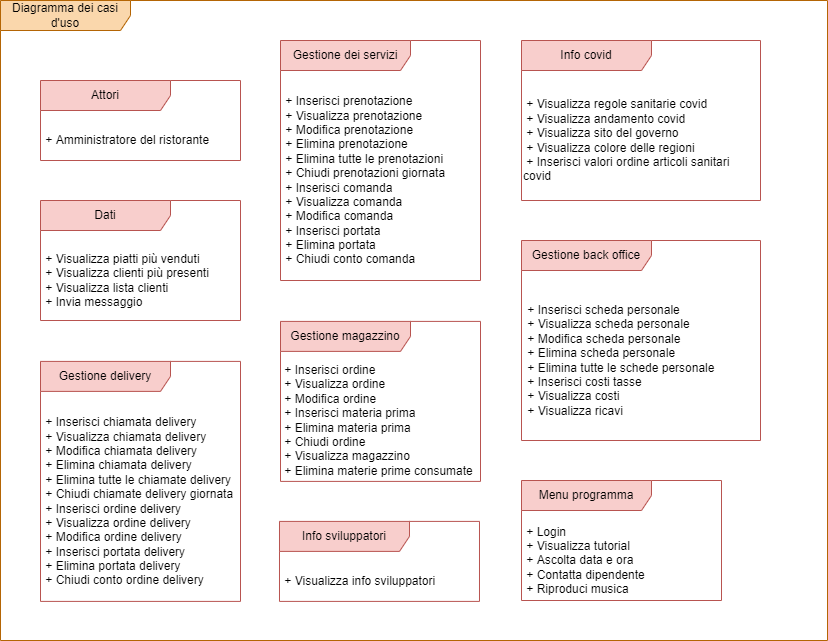
Before: Diagrammi dei casi d'uso/tutto.png, a diagram exported from draw.io (domenicolaporta00/RB-Management). Source tidied: cells renumbered, new cells last; positions are measured from the earlier drawing's top-left corner, leaving out a move shared by most shapes. Source of this version:
```xml
<mxGraphModel>
  <root>
    <mxCell id="0" />
    <mxCell id="1" parent="0" />
    <mxCell id="2" value="Diagramma dei casi d'uso" style="shape=umlFrame;whiteSpace=wrap;html=1;width=130;height=30;fillColor=#fad7ac;strokeColor=#b46504;" parent="1" vertex="1">
      <mxGeometry width="827" height="640" as="geometry" />
    </mxCell>
    <mxCell id="3" value="Gestione back office" style="shape=umlFrame;whiteSpace=wrap;html=1;width=130;height=30;fillColor=#f8cecc;strokeColor=#b85450;" parent="1" vertex="1">
      <mxGeometry x="521" y="240" width="239" height="200" as="geometry" />
    </mxCell>
    <mxCell id="4" value="Info covid" style="shape=umlFrame;whiteSpace=wrap;html=1;width=130;height=30;fillColor=#f8cecc;strokeColor=#b85450;" parent="1" vertex="1">
      <mxGeometry x="521" y="40" width="239" height="160" as="geometry" />
    </mxCell>
    <mxCell id="5" value="&lt;div&gt;&amp;nbsp;+ Visualizza regole sanitarie covid&lt;/div&gt;&lt;div&gt;&amp;nbsp;+ Visualizza andamento covid&lt;/div&gt;&lt;div&gt;&amp;nbsp;+ Visualizza sito del governo&lt;/div&gt;&lt;div&gt;&amp;nbsp;+ Visualizza colore delle regioni&lt;/div&gt;&lt;div&gt;&amp;nbsp;+ Inserisci valori ordine articoli sanitari covid&lt;/div&gt;" style="text;html=1;strokeColor=none;fillColor=none;align=left;verticalAlign=middle;whiteSpace=wrap;rounded=0;" parent="1" vertex="1">
      <mxGeometry x="521" y="80" width="239" height="120" as="geometry" />
    </mxCell>
    <mxCell id="6" value="Gestione magazzino" style="shape=umlFrame;whiteSpace=wrap;html=1;width=130;height=30;fillColor=#f8cecc;strokeColor=#b85450;" parent="1" vertex="1">
      <mxGeometry x="280" y="320.9" width="200" height="160" as="geometry" />
    </mxCell>
    <mxCell id="7" value="&lt;div&gt;&amp;nbsp;+ Inserisci scheda personale&lt;/div&gt;&lt;div&gt;&amp;nbsp;+ Visualizza scheda personale&lt;/div&gt;&lt;div&gt;&amp;nbsp;+ Modifica scheda personale&lt;br&gt;&lt;/div&gt;&lt;div&gt;&amp;nbsp;+ Elimina scheda personale&lt;/div&gt;&lt;div&gt;&amp;nbsp;+ Elimina tutte le schede personale&lt;/div&gt;&lt;div&gt;&amp;nbsp;+ Inserisci costi tasse&lt;/div&gt;&lt;div&gt;&amp;nbsp;+ Visualizza costi&lt;/div&gt;&lt;div&gt;&amp;nbsp;+ Visualizza ricavi&lt;br&gt;&lt;/div&gt;" style="text;html=1;strokeColor=none;fillColor=none;align=left;verticalAlign=middle;whiteSpace=wrap;rounded=0;" parent="1" vertex="1">
      <mxGeometry x="522" y="280" width="237" height="160" as="geometry" />
    </mxCell>
    <mxCell id="8" value="Info sviluppatori" style="shape=umlFrame;whiteSpace=wrap;html=1;width=130;height=30;fillColor=#f8cecc;strokeColor=#b85450;" parent="1" vertex="1">
      <mxGeometry x="279" y="520.9" width="200" height="80" as="geometry" />
    </mxCell>
    <mxCell id="9" value="&lt;div align=&quot;left&quot;&gt;&amp;nbsp;+ Visualizza info sviluppatori&lt;br&gt;&lt;/div&gt;" style="text;html=1;strokeColor=none;fillColor=none;align=left;verticalAlign=middle;whiteSpace=wrap;rounded=0;" parent="1" vertex="1">
      <mxGeometry x="279" y="560.9" width="190" height="40" as="geometry" />
    </mxCell>
    <mxCell id="10" value="Menu programma" style="shape=umlFrame;whiteSpace=wrap;html=1;width=130;height=30;fillColor=#f8cecc;strokeColor=#b85450;" parent="1" vertex="1">
      <mxGeometry x="521" y="480" width="200" height="120" as="geometry" />
    </mxCell>
    <mxCell id="11" value="&lt;div&gt;&amp;nbsp;+ Login&lt;br&gt;&lt;/div&gt;&lt;div&gt;&amp;nbsp;+ Visualizza tutorial&lt;br&gt;&lt;/div&gt;&lt;div&gt;&amp;nbsp;+ Ascolta data e ora&lt;br&gt;&lt;/div&gt;&amp;nbsp;+ Contatta dipendente&lt;br&gt;&amp;nbsp;+ Riproduci musica" style="text;html=1;strokeColor=none;fillColor=none;align=left;verticalAlign=middle;whiteSpace=wrap;rounded=0;" parent="1" vertex="1">
      <mxGeometry x="521" y="520" width="199" height="80" as="geometry" />
    </mxCell>
    <mxCell id="12" value="Gestione dei servizi" style="shape=umlFrame;whiteSpace=wrap;html=1;width=130;height=30;fillColor=#f8cecc;strokeColor=#b85450;" parent="1" vertex="1">
      <mxGeometry x="280" y="40" width="200" height="240" as="geometry" />
    </mxCell>
    <mxCell id="13" value="&lt;div&gt;&amp;nbsp;+ Inserisci prenotazione&lt;br&gt;&lt;/div&gt;&lt;div&gt;&amp;nbsp;+ Visualizza prenotazione&lt;/div&gt;&lt;div&gt;&amp;nbsp;+ Modifica prenotazione&lt;br&gt;&lt;/div&gt;&lt;div&gt;&amp;nbsp;+ Elimina prenotazione&lt;/div&gt;&lt;div&gt;&amp;nbsp;+ Elimina tutte le prenotazioni&lt;/div&gt;&lt;div&gt;&amp;nbsp;+ Chiudi prenotazioni giornata&lt;/div&gt;&lt;div&gt;&amp;nbsp;+ Inserisci comanda&lt;/div&gt;&lt;div&gt;&amp;nbsp;+ Visualizza comanda&lt;br&gt;&lt;/div&gt;&lt;div&gt;&amp;nbsp;+ Modifica comanda&lt;/div&gt;&lt;div&gt;&amp;nbsp;+ Inserisci portata&lt;/div&gt;&lt;div&gt;&amp;nbsp;+ Elimina portata&lt;/div&gt;&lt;div&gt;&amp;nbsp;+ Chiudi conto comanda&lt;br&gt;&lt;/div&gt;" style="text;html=1;strokeColor=none;fillColor=none;align=left;verticalAlign=middle;whiteSpace=wrap;rounded=0;" parent="1" vertex="1">
      <mxGeometry x="280" y="80" width="199" height="200" as="geometry" />
    </mxCell>
    <mxCell id="14" value="Gestione delivery" style="shape=umlFrame;whiteSpace=wrap;html=1;width=130;height=30;fillColor=#f8cecc;strokeColor=#b85450;" parent="1" vertex="1">
      <mxGeometry x="40" y="360.9" width="200" height="240" as="geometry" />
    </mxCell>
    <mxCell id="15" value="&lt;div&gt;&amp;nbsp;+ Inserisci chiamata delivery&lt;br&gt;&lt;/div&gt;&lt;div&gt;&amp;nbsp;+ Visualizza chiamata delivery&lt;br&gt;&lt;/div&gt;&lt;div&gt;&amp;nbsp;+ Modifica chiamata delivery&lt;br&gt;&lt;/div&gt;&lt;div&gt;&amp;nbsp;+ Elimina chiamata delivery&lt;br&gt;&lt;/div&gt;&lt;div&gt;&amp;nbsp;+ Elimina tutte le chiamate delivery&lt;br&gt;&lt;/div&gt;&lt;div&gt;&amp;nbsp;+ Chiudi chiamate delivery giornata&lt;/div&gt;&lt;div&gt;&amp;nbsp;+ Inserisci ordine delivery&lt;br&gt;&lt;/div&gt;&lt;div&gt;&amp;nbsp;+ Visualizza ordine delivery&lt;br&gt;&lt;/div&gt;&lt;div&gt;&amp;nbsp;+ Modifica ordine delivery&lt;br&gt;&lt;/div&gt;&lt;div&gt;&amp;nbsp;+ Inserisci portata delivery&lt;br&gt;&lt;/div&gt;&lt;div&gt;&amp;nbsp;+ Elimina portata delivery&lt;br&gt;&lt;/div&gt;&lt;div&gt;&amp;nbsp;+ Chiudi conto ordine delivery&lt;br&gt;&lt;/div&gt;" style="text;html=1;strokeColor=none;fillColor=none;align=left;verticalAlign=middle;whiteSpace=wrap;rounded=0;" parent="1" vertex="1">
      <mxGeometry x="40" y="400.9" width="199" height="200" as="geometry" />
    </mxCell>
    <mxCell id="16" value="&lt;div&gt;&amp;nbsp;+ Inserisci ordine&lt;/div&gt;&lt;div&gt;&amp;nbsp;+ Visualizza ordine&lt;br&gt;&lt;/div&gt;&lt;div&gt;&amp;nbsp;+ Modifica ordine&lt;/div&gt;&lt;div&gt;&amp;nbsp;+ Inserisci materia prima&lt;/div&gt;&lt;div&gt;&amp;nbsp;+ Elimina materia prima&lt;/div&gt;&lt;div&gt;&amp;nbsp;+ Chiudi ordine&lt;/div&gt;&lt;div&gt;&amp;nbsp;+ Visualizza magazzino&lt;/div&gt;&lt;div&gt;&amp;nbsp;+ Elimina materie prime consumate&lt;br&gt;&lt;/div&gt;" style="text;html=1;strokeColor=none;fillColor=none;align=left;verticalAlign=middle;whiteSpace=wrap;rounded=0;" parent="1" vertex="1">
      <mxGeometry x="279" y="360" width="200" height="120" as="geometry" />
    </mxCell>
    <mxCell id="17" value="&lt;div&gt;Attori&lt;/div&gt;" style="shape=umlFrame;whiteSpace=wrap;html=1;width=130;height=30;fillColor=#f8cecc;strokeColor=#b85450;" parent="1" vertex="1">
      <mxGeometry x="40" y="80" width="200" height="80" as="geometry" />
    </mxCell>
    <mxCell id="18" value="&lt;div align=&quot;left&quot;&gt;&amp;nbsp;+ Amministratore del ristorante&lt;/div&gt;" style="text;html=1;strokeColor=none;fillColor=none;align=left;verticalAlign=middle;whiteSpace=wrap;rounded=0;" parent="1" vertex="1">
      <mxGeometry x="40" y="120" width="190" height="40" as="geometry" />
    </mxCell>
    <mxCell id="19" value="Dati" style="shape=umlFrame;whiteSpace=wrap;html=1;width=130;height=30;fillColor=#f8cecc;strokeColor=#b85450;" parent="1" vertex="1">
      <mxGeometry x="40" y="200" width="200" height="120" as="geometry" />
    </mxCell>
    <mxCell id="20" value="&lt;div&gt;&amp;nbsp;+ Visualizza piatti più venduti&lt;br&gt;&lt;/div&gt;&lt;div&gt;&amp;nbsp;+ Visualizza clienti più presenti&lt;br&gt;&lt;/div&gt;&lt;div&gt;&amp;nbsp;+ Visualizza lista clienti&lt;br&gt;&lt;/div&gt;&lt;div&gt;&amp;nbsp;+ Invia messaggio&lt;br&gt;&lt;/div&gt;" style="text;html=1;strokeColor=none;fillColor=none;align=left;verticalAlign=middle;whiteSpace=wrap;rounded=0;" parent="1" vertex="1">
      <mxGeometry x="40" y="240" width="199" height="80" as="geometry" />
    </mxCell>
  </root>
</mxGraphModel>
```
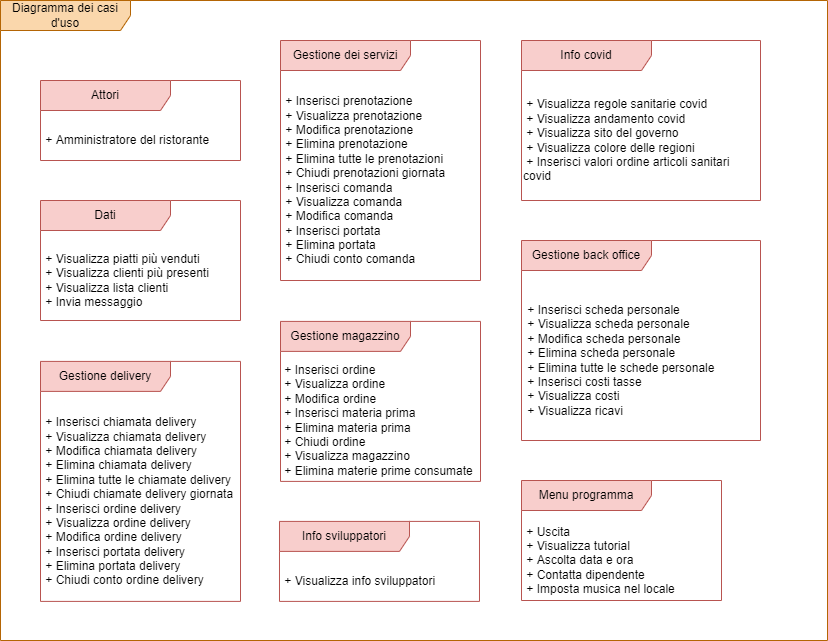
After the commit.

Diff of the diagram source:
```diff
@@ -29,7 +29,7 @@
     <mxCell id="10" value="Menu programma" style="shape=umlFrame;whiteSpace=wrap;html=1;width=130;height=30;fillColor=#f8cecc;strokeColor=#b85450;" parent="1" vertex="1">
       <mxGeometry x="521" y="480" width="200" height="120" as="geometry" />
     </mxCell>
-    <mxCell id="11" value="&lt;div&gt;&amp;nbsp;+ Login&lt;br&gt;&lt;/div&gt;&lt;div&gt;&amp;nbsp;+ Visualizza tutorial&lt;br&gt;&lt;/div&gt;&lt;div&gt;&amp;nbsp;+ Ascolta data e ora&lt;br&gt;&lt;/div&gt;&amp;nbsp;+ Contatta dipendente&lt;br&gt;&amp;nbsp;+ Riproduci musica" style="text;html=1;strokeColor=none;fillColor=none;align=left;verticalAlign=middle;whiteSpace=wrap;rounded=0;" parent="1" vertex="1">
+    <mxCell id="11" value="&lt;div&gt;&amp;nbsp;+ Uscita&lt;br&gt;&lt;/div&gt;&lt;div&gt;&amp;nbsp;+ Visualizza tutorial&lt;br&gt;&lt;/div&gt;&lt;div&gt;&amp;nbsp;+ Ascolta data e ora&lt;br&gt;&lt;/div&gt;&amp;nbsp;+ Contatta dipendente&lt;br&gt;&amp;nbsp;+ Imposta musica nel locale" style="text;html=1;strokeColor=none;fillColor=none;align=left;verticalAlign=middle;whiteSpace=wrap;rounded=0;" parent="1" vertex="1">
       <mxGeometry x="521" y="520" width="199" height="80" as="geometry" />
     </mxCell>
     <mxCell id="12" value="Gestione dei servizi" style="shape=umlFrame;whiteSpace=wrap;html=1;width=130;height=30;fillColor=#f8cecc;strokeColor=#b85450;" parent="1" vertex="1">
```
